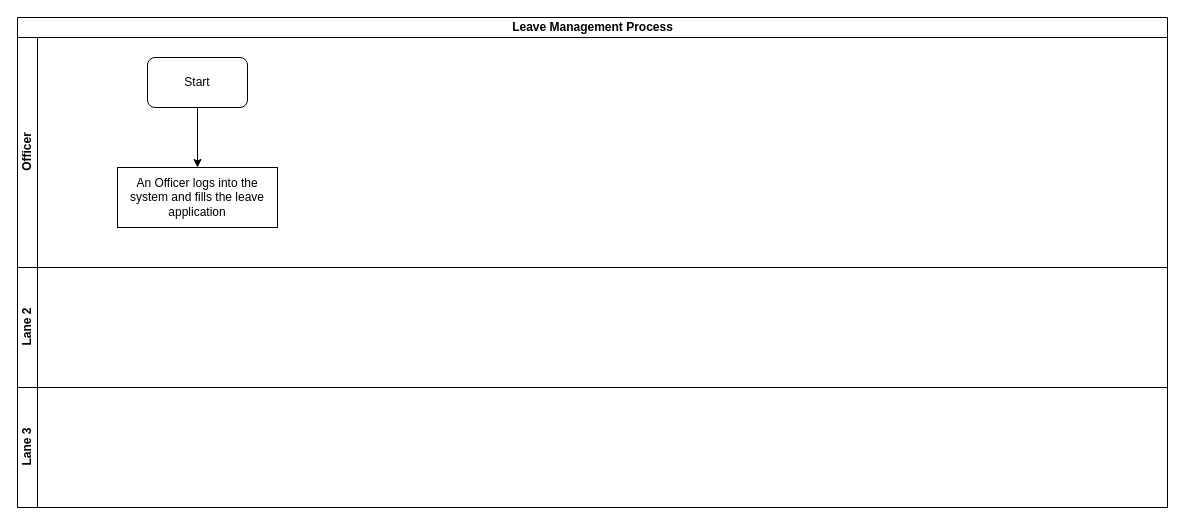
kmagua/flowcharts keeps this draw.io diagram as KEFRI- Leave Application Process.drawio. Above is the earlier version. Source tidied: cells renumbered, new cells numbered last; positions are measured from the earlier drawing's top-left corner, leaving out a move shared by most shapes. Both pictures are drawn from the tidied source at 100%, with x=0, y=0 at pixel (17, 17).
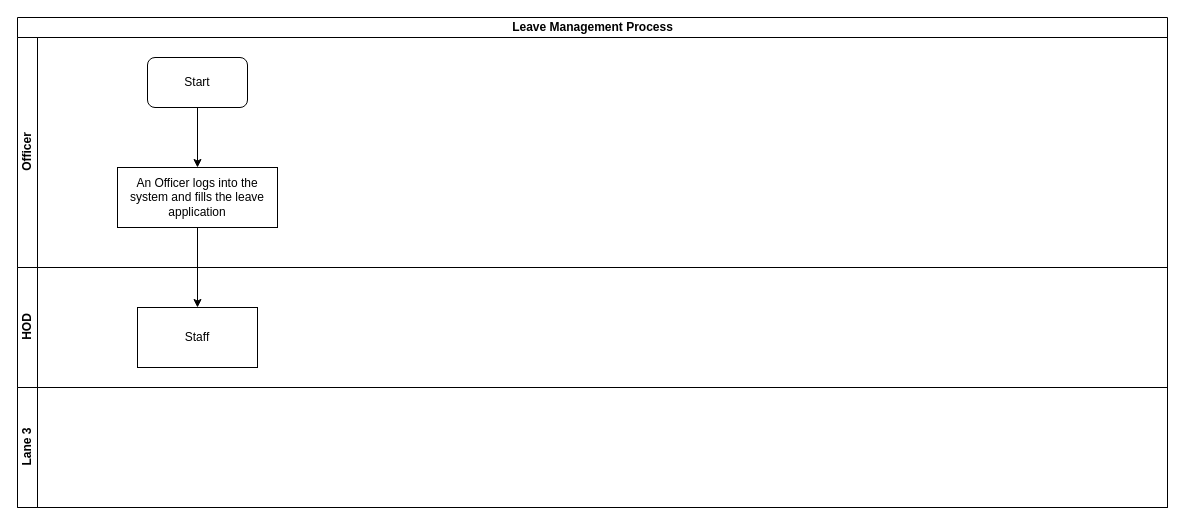
The same page after the edit.

The edit, as a diff of the source:
```diff
@@
 <mxGraphModel>
   <root>
     <mxCell id="0" />
     <mxCell id="1" parent="0" />
     <mxCell id="2" value="Leave Management Process" style="swimlane;html=1;horizontal=1;startSize=20;" parent="1" vertex="1">
       <mxGeometry width="1150" height="490" as="geometry" />
     </mxCell>
     <mxCell id="3" value="Officer" style="swimlane;html=1;startSize=20;horizontal=0;" parent="2" vertex="1">
       <mxGeometry y="20" width="1150" height="230" as="geometry" />
     </mxCell>
     <mxCell id="4" value="Start" style="rounded=1;whiteSpace=wrap;html=1;" parent="3" vertex="1">
       <mxGeometry x="130" y="20" width="100" height="50" as="geometry" />
     </mxCell>
     <mxCell id="5" value="An Officer logs into the system and fills the leave application" style="rounded=0;whiteSpace=wrap;html=1;" parent="3" vertex="1">
       <mxGeometry x="100" y="130" width="160" height="60" as="geometry" />
     </mxCell>
     <mxCell id="6" style="edgeStyle=orthogonalEdgeStyle;rounded=0;jettySize=auto;html=1;entryX=0.5;entryY=0;entryDx=0;entryDy=0;" parent="3" edge="1" source="4" target="5">
       <mxGeometry relative="1" as="geometry" />
     </mxCell>
-    <mxCell id="7" value="Lane 2" style="swimlane;html=1;startSize=20;horizontal=0;" parent="2" vertex="1">
+    <mxCell id="7" value="HOD" style="swimlane;html=1;startSize=20;horizontal=0;" parent="2" vertex="1">
       <mxGeometry y="250" width="1150" height="120" as="geometry" />
     </mxCell>
+    <mxCell id="9" value="Staff " style="whiteSpace=wrap;html=1;rounded=0;" parent="7" vertex="1">
+      <mxGeometry x="120" y="40" width="120" height="60" as="geometry" />
+    </mxCell>
     <mxCell id="8" value="Lane 3" style="swimlane;html=1;startSize=20;horizontal=0;" parent="2" vertex="1">
       <mxGeometry y="370" width="1150" height="120" as="geometry" />
     </mxCell>
+    <mxCell id="10" style="edgeStyle=orthogonalEdgeStyle;rounded=0;jettySize=auto;html=1;" parent="2" edge="1" source="5" target="9">
+      <mxGeometry relative="1" as="geometry" />
+    </mxCell>
   </root>
 </mxGraphModel>
```
